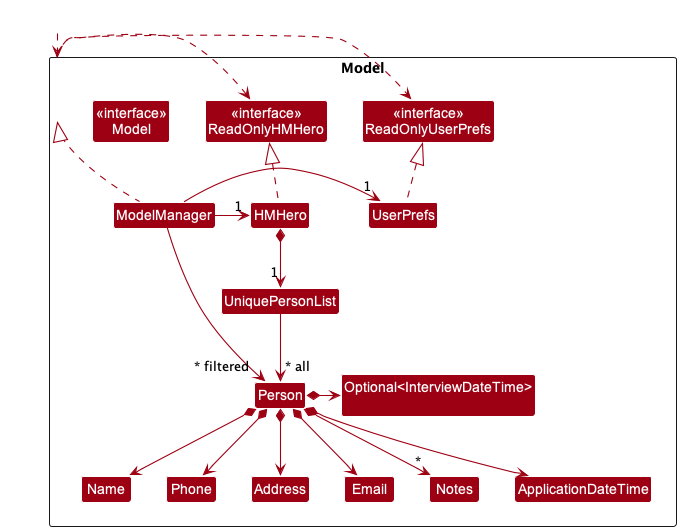
nus-cs2103-AY2223S2/tp keeps this PlantUML diagram as docs/images/ModelClassDiagram.png. Above is the earlier version.
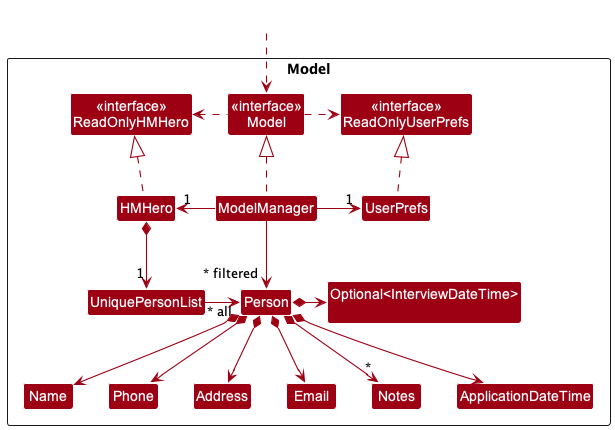
Later version of the same file.

Commit message:
Fix Logic and Model class diagrams

Change to the diagram source:
```diff
@@ -7,7 +7,7 @@
 Package Model <<Rectangle>>{
 Class "<<interface>>\nReadOnlyHMHero" as ReadOnlyHMHero
 Class "<<interface>>\nReadOnlyUserPrefs" as ReadOnlyUserPrefs
-Class "<<interface>>\nModel" as Model
+Class "<<interface>>\nModel" as model
 Class HMHero
 Class ModelManager
 Class UserPrefs
@@ -24,19 +24,19 @@
 }
 
 Class HiddenOutside #FFFFFF
-HiddenOutside ..> Model
+HiddenOutside ..> model
 
 HMHero .up.|> ReadOnlyHMHero
 
-ModelManager .up.|> Model
-Model .right.> ReadOnlyUserPrefs
-Model .left.> ReadOnlyHMHero
+ModelManager .up.|> model
+model .right.> ReadOnlyUserPrefs
+model .left.> ReadOnlyHMHero
 ModelManager -left-> "1" HMHero
 ModelManager -right-> "1" UserPrefs
 UserPrefs .up.|> ReadOnlyUserPrefs
 
 HMHero *--> "1" UniquePersonList
-UniquePersonList --> "~* all" Person
+UniquePersonList -left-> "~* all" Person
 Person *--> Name
 Person *--> Phone
 Person *--> Email
```
